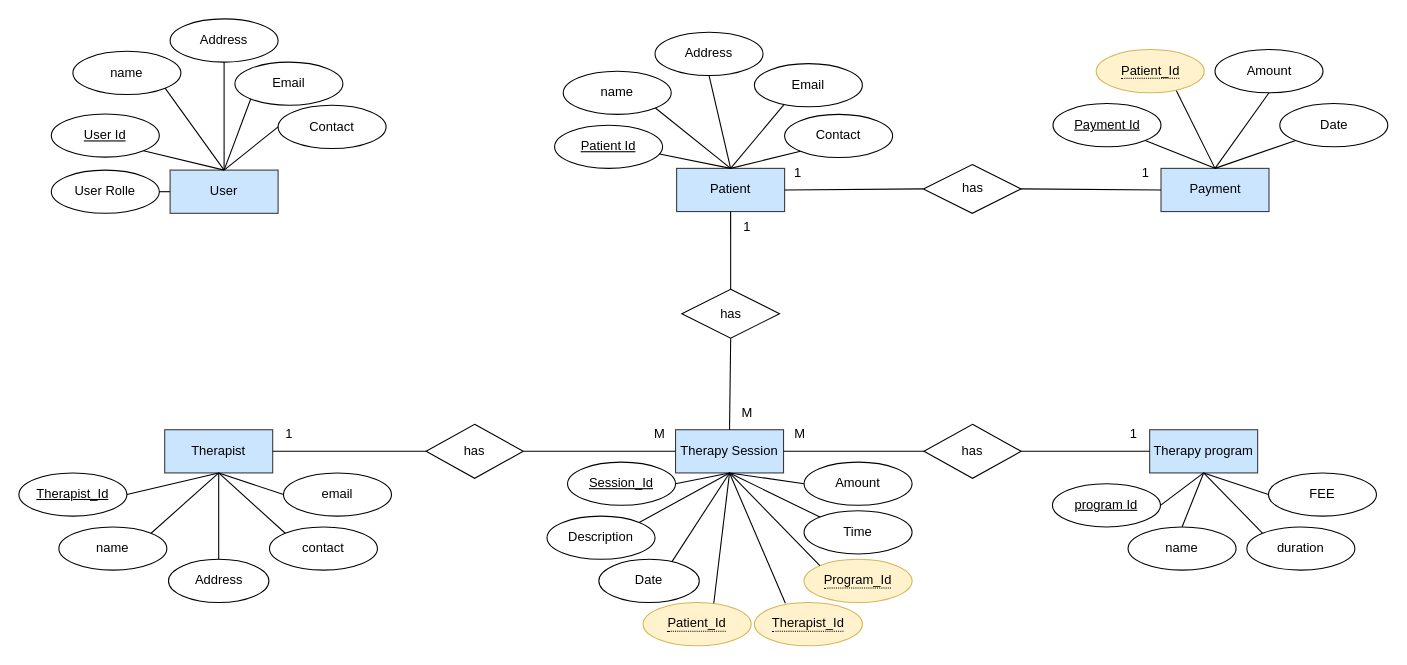
The draw.io diagram src/main/resources/ERDiagrem/Er For Hibernate.drawio in Dinuka0512/TheMentalTheraphyHelthFinal, before the edit. Source tidied: cells renumbered, new cells numbered last; positions are measured from the earlier drawing's top-left corner, leaving out a move shared by most shapes. Both pictures are drawn from the tidied source at 108%, with x=0, y=0 at pixel (18, 18).
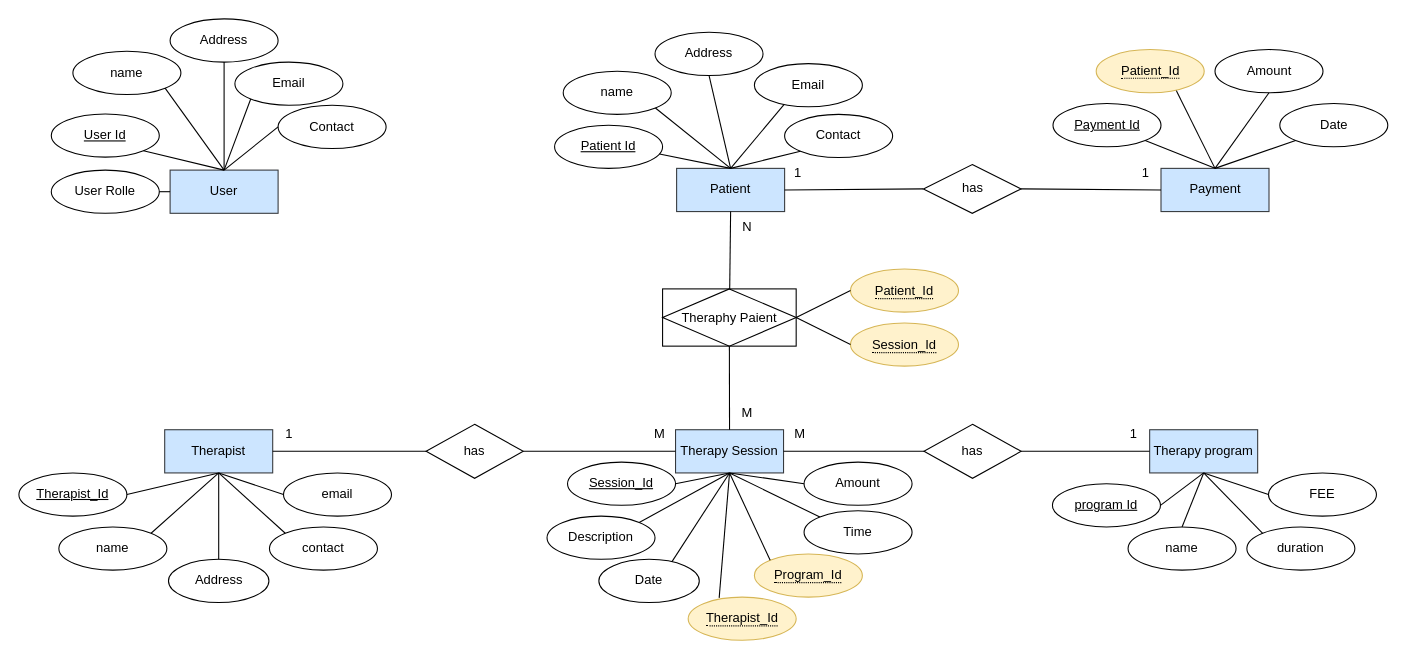
The same diagram, later.

Unchanged cells that the change refers to:
```xml
<mxCell id="13" value="Patient" style="whiteSpace=wrap;html=1;align=center;fillColor=#cce5ff;strokeColor=#36393d;" parent="1" vertex="1">
  <mxGeometry x="609" y="138.4" width="100" height="40" as="geometry" />
</mxCell>
<mxCell id="60" value="Therapy Session" style="whiteSpace=wrap;html=1;align=center;fillColor=#cce5ff;strokeColor=#36393d;" parent="1" vertex="1">
  <mxGeometry x="608" y="380.4" width="100" height="40" as="geometry" />
</mxCell>
```

The edit, as a diff of the source:
```diff
@@
-    <mxCell id="81" value="has" style="shape=rhombus;perimeter=rhombusPerimeter;whiteSpace=wrap;html=1;align=center;" parent="1" vertex="1">
-      <mxGeometry x="613.8" y="250.4" width="90.5" height="45.2" as="geometry" />
-    </mxCell>
-    <mxCell id="82" style="endArrow=none;html=1;rounded=0;entryX=0.5;entryY=1;entryDx=0;entryDy=0;exitX=0.5;exitY=0;exitDx=0;exitDy=0;" parent="1" edge="1" source="60" target="81">
+    <mxCell id="82" style="endArrow=none;html=1;rounded=0;exitX=0.5;exitY=0;exitDx=0;exitDy=0;entryX=0.5;entryY=1;entryDx=0;entryDy=0;" parent="1" edge="1" source="60" target="93">
       <mxGeometry relative="1" as="geometry" />
     </mxCell>
-    <mxCell id="83" style="endArrow=none;html=1;rounded=0;entryX=0.5;entryY=1;entryDx=0;entryDy=0;exitX=0.5;exitY=0;exitDx=0;exitDy=0;" parent="1" edge="1" source="81" target="13">
+    <mxCell id="83" style="endArrow=none;html=1;rounded=0;entryX=0.5;entryY=1;entryDx=0;entryDy=0;" parent="1" edge="1" source="93" target="13">
       <mxGeometry relative="1" as="geometry" />
     </mxCell>
@@
-    <mxCell id="85" value="1" style="text;html=1;align=center;verticalAlign=middle;strokeColor=none;fillColor=none;" parent="1" vertex="1">
+    <mxCell id="85" value="N" style="text;html=1;align=center;verticalAlign=middle;strokeColor=none;fillColor=none;" parent="1" vertex="1">
       <mxGeometry x="659" y="178.4" width="30" height="30" as="geometry" />
     </mxCell>
@@
-    <mxCell id="87" value="&lt;span style=&quot;border-bottom: 1px dotted&quot;&gt;Patient_Id&lt;/span&gt;" style="ellipse;whiteSpace=wrap;html=1;align=center;fillColor=#fff2cc;strokeColor=#d6b656;" parent="1" vertex="1">
-      <mxGeometry x="578" y="540.4" width="100" height="40" as="geometry" />
-    </mxCell>
     <mxCell id="88" value="&lt;span style=&quot;border-bottom: 1px dotted&quot;&gt;Program_Id&lt;/span&gt;" style="ellipse;whiteSpace=wrap;html=1;align=center;fillColor=#fff2cc;strokeColor=#d6b656;" parent="1" vertex="1">
-      <mxGeometry x="727" y="500.4" width="100" height="40" as="geometry" />
+      <mxGeometry x="681" y="495.4" width="100" height="40" as="geometry" />
     </mxCell>
     <mxCell id="89" value="&lt;span style=&quot;border-bottom: 1px dotted&quot;&gt;Therapist_Id&lt;/span&gt;" style="ellipse;whiteSpace=wrap;html=1;align=center;fillColor=#fff2cc;strokeColor=#d6b656;" parent="1" vertex="1">
-      <mxGeometry x="681" y="540.4" width="100" height="40" as="geometry" />
+      <mxGeometry x="619.7" y="535.4" width="100" height="40" as="geometry" />
     </mxCell>
@@
-    <mxCell id="92" style="endArrow=none;html=1;rounded=0;entryX=0.654;entryY=0.017;entryDx=0;entryDy=0;exitX=0.5;exitY=1;exitDx=0;exitDy=0;entryPerimeter=0;" parent="1" edge="1" source="60" target="87">
-      <mxGeometry relative="1" as="geometry" />
-    </mxCell>
+    <mxCell id="93" value="Theraphy Paient" style="shape=associativeEntity;whiteSpace=wrap;html=1;align=center;" parent="1" vertex="1">
+      <mxGeometry x="596" y="250" width="123.7" height="53" as="geometry" />
+    </mxCell>
+    <mxCell id="87" value="&lt;span style=&quot;border-bottom: 1px dotted&quot;&gt;Patient_Id&lt;/span&gt;" style="ellipse;whiteSpace=wrap;html=1;align=center;fillColor=#fff2cc;strokeColor=#d6b656;" parent="1" vertex="1">
+      <mxGeometry x="770" y="231.5" width="100" height="40" as="geometry" />
+    </mxCell>
+    <mxCell id="94" value="&lt;span style=&quot;border-bottom: 1px dotted&quot;&gt;Session_Id&lt;/span&gt;" style="ellipse;whiteSpace=wrap;html=1;align=center;fillColor=#fff2cc;strokeColor=#d6b656;" parent="1" vertex="1">
+      <mxGeometry x="770" y="281.5" width="100" height="40" as="geometry" />
+    </mxCell>
+    <mxCell id="95" style="endArrow=none;html=1;rounded=0;exitX=1;exitY=0.5;exitDx=0;exitDy=0;entryX=0;entryY=0.5;entryDx=0;entryDy=0;" parent="1" edge="1" source="93" target="94">
+      <mxGeometry relative="1" as="geometry" />
+    </mxCell>
+    <mxCell id="96" style="endArrow=none;html=1;rounded=0;exitX=1;exitY=0.5;exitDx=0;exitDy=0;entryX=0;entryY=0.5;entryDx=0;entryDy=0;" parent="1" edge="1" source="93" target="87">
+      <mxGeometry relative="1" as="geometry" />
+    </mxCell>
```
